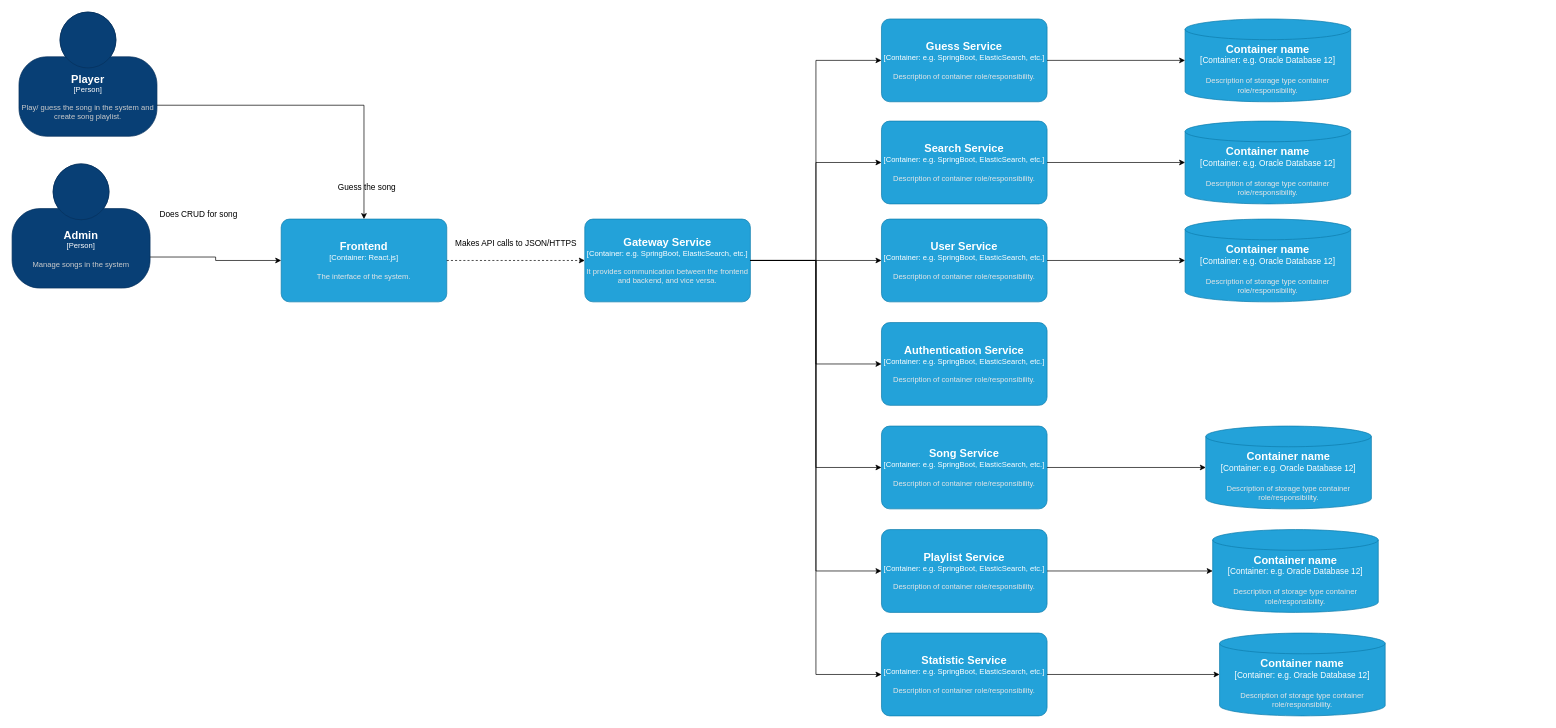
Before: Enterprise Architecture.drawio in S6-ICT-Sw/Documentation, a draw.io diagram. Source tidied: cells renumbered, new cells numbered last; positions are measured from the earlier drawing's top-left corner, leaving out a move shared by most shapes. Both pictures are drawn from the tidied source at 69%, with x=0, y=0 at pixel (12, 12).
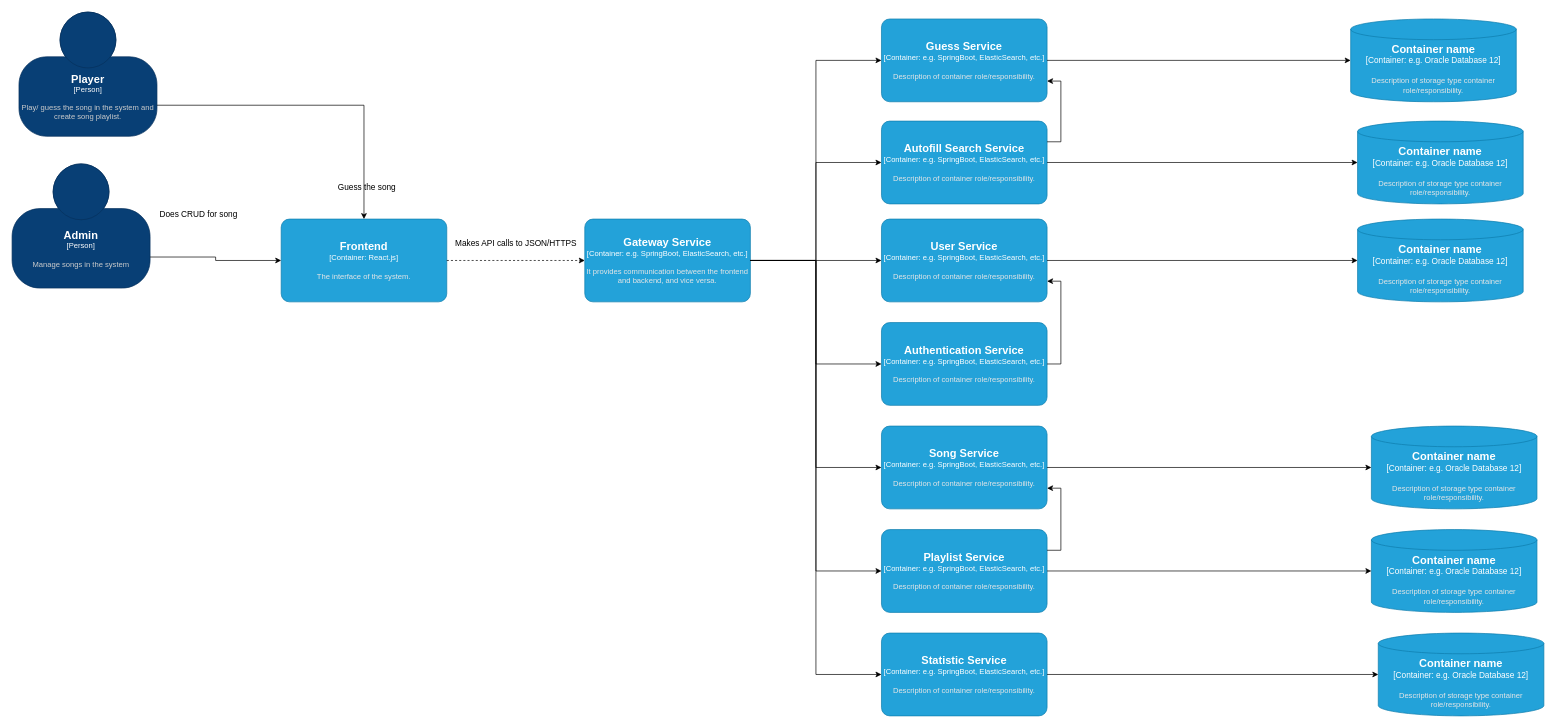
Above is the later version.

Unchanged cells that the change refers to:
```xml
<object id="4" label="&lt;font style=&quot;font-size: 16px&quot;&gt;&lt;b&gt;%c4Name%&lt;/b&gt;&lt;/font&gt;&lt;div&gt;[%c4Type%: %c4Technology%]&lt;/div&gt;&lt;br&gt;&lt;div&gt;&lt;font style=&quot;font-size: 11px&quot;&gt;&lt;font color=&quot;#E6E6E6&quot;&gt;%c4Description%&lt;/font&gt;&lt;/div&gt;" c4Description="Description of container role/responsibility." c4Name="Song Service" c4Technology="e.g. SpringBoot, ElasticSearch, etc." c4Type="Container" placeholders="1">
  <mxCell style="rounded=1;whiteSpace=wrap;html=1;fontSize=11;labelBackgroundColor=none;fillColor=#23A2D9;fontColor=#ffffff;align=center;arcSize=10;strokeColor=#0E7DAD;points=[[0.25,0,0],[0.5,0,0],[0.75,0,0],[1,0.25,0],[1,0.5,0],[1,0.75,0],[0.75,1,0],[0.5,1,0],[0.25,1,0],[0,0.75,0],[0,0.5,0],[0,0.25,0]];" parent="1" vertex="1">
    <mxGeometry x="1260" y="600" width="240" height="120" as="geometry" />
  </mxCell>
</object>
<object id="5" label="&lt;font style=&quot;font-size: 16px&quot;&gt;&lt;b&gt;%c4Name%&lt;/b&gt;&lt;/font&gt;&lt;div&gt;[%c4Type%: %c4Technology%]&lt;/div&gt;&lt;br&gt;&lt;div&gt;&lt;font style=&quot;font-size: 11px&quot;&gt;&lt;font color=&quot;#E6E6E6&quot;&gt;%c4Description%&lt;/font&gt;&lt;/div&gt;" c4Description="Description of container role/responsibility." c4Name="Authentication Service" c4Technology="e.g. SpringBoot, ElasticSearch, etc." c4Type="Container" placeholders="1">
  <mxCell style="rounded=1;whiteSpace=wrap;html=1;fontSize=11;labelBackgroundColor=none;fillColor=#23A2D9;fontColor=#ffffff;align=center;arcSize=10;strokeColor=#0E7DAD;points=[[0.25,0,0],[0.5,0,0],[0.75,0,0],[1,0.25,0],[1,0.5,0],[1,0.75,0],[0.75,1,0],[0.5,1,0],[0.25,1,0],[0,0.75,0],[0,0.5,0],[0,0.25,0]];" parent="1" vertex="1">
    <mxGeometry x="1260" y="450" width="240" height="120" as="geometry" />
  </mxCell>
</object>
<object id="7" label="&lt;font style=&quot;font-size: 16px&quot;&gt;&lt;b&gt;%c4Name%&lt;/b&gt;&lt;/font&gt;&lt;div&gt;[%c4Type%: %c4Technology%]&lt;/div&gt;&lt;br&gt;&lt;div&gt;&lt;font style=&quot;font-size: 11px&quot;&gt;&lt;font color=&quot;#E6E6E6&quot;&gt;%c4Description%&lt;/font&gt;&lt;/div&gt;" c4Description="Description of container role/responsibility." c4Name="Guess Service" c4Technology="e.g. SpringBoot, ElasticSearch, etc." c4Type="Container" placeholders="1">
  <mxCell style="rounded=1;whiteSpace=wrap;html=1;fontSize=11;labelBackgroundColor=none;fillColor=#23A2D9;fontColor=#ffffff;align=center;arcSize=10;strokeColor=#0E7DAD;points=[[0.25,0,0],[0.5,0,0],[0.75,0,0],[1,0.25,0],[1,0.5,0],[1,0.75,0],[0.75,1,0],[0.5,1,0],[0.25,1,0],[0,0.75,0],[0,0.5,0],[0,0.25,0]];" parent="1" vertex="1">
    <mxGeometry x="1260" y="10" width="240" height="120" as="geometry" />
  </mxCell>
</object>
<object id="9" label="&lt;font style=&quot;font-size: 16px&quot;&gt;&lt;b&gt;%c4Name%&lt;/b&gt;&lt;/font&gt;&lt;div&gt;[%c4Type%: %c4Technology%]&lt;/div&gt;&lt;br&gt;&lt;div&gt;&lt;font style=&quot;font-size: 11px&quot;&gt;&lt;font color=&quot;#E6E6E6&quot;&gt;%c4Description%&lt;/font&gt;&lt;/div&gt;" c4Description="Description of container role/responsibility." c4Name="Playlist Service" c4Technology="e.g. SpringBoot, ElasticSearch, etc." c4Type="Container" placeholders="1">
  <mxCell style="rounded=1;whiteSpace=wrap;html=1;fontSize=11;labelBackgroundColor=none;fillColor=#23A2D9;fontColor=#ffffff;align=center;arcSize=10;strokeColor=#0E7DAD;points=[[0.25,0,0],[0.5,0,0],[0.75,0,0],[1,0.25,0],[1,0.5,0],[1,0.75,0],[0.75,1,0],[0.5,1,0],[0.25,1,0],[0,0.75,0],[0,0.5,0],[0,0.25,0]];" parent="1" vertex="1">
    <mxGeometry x="1260" y="750" width="240" height="120" as="geometry" />
  </mxCell>
</object>
<object id="17" label="&lt;font style=&quot;font-size: 16px&quot;&gt;&lt;b&gt;%c4Name%&lt;/b&gt;&lt;/font&gt;&lt;div&gt;[%c4Type%: %c4Technology%]&lt;/div&gt;&lt;br&gt;&lt;div&gt;&lt;font style=&quot;font-size: 11px&quot;&gt;&lt;font color=&quot;#E6E6E6&quot;&gt;%c4Description%&lt;/font&gt;&lt;/div&gt;" c4Description="Description of container role/responsibility." c4Name="User Service" c4Technology="e.g. SpringBoot, ElasticSearch, etc." c4Type="Container" placeholders="1">
  <mxCell style="rounded=1;whiteSpace=wrap;html=1;fontSize=11;labelBackgroundColor=none;fillColor=#23A2D9;fontColor=#ffffff;align=center;arcSize=10;strokeColor=#0E7DAD;points=[[0.25,0,0],[0.5,0,0],[0.75,0,0],[1,0.25,0],[1,0.5,0],[1,0.75,0],[0.75,1,0],[0.5,1,0],[0.25,1,0],[0,0.75,0],[0,0.5,0],[0,0.25,0]];" parent="1" vertex="1">
    <mxGeometry x="1260" y="300" width="240" height="120" as="geometry" />
  </mxCell>
</object>
```

The edit, as a diff of the source:
```diff
@@
-    <object id="10" label="&lt;font style=&quot;font-size: 16px&quot;&gt;&lt;b&gt;%c4Name%&lt;/b&gt;&lt;/font&gt;&lt;div&gt;[%c4Type%: %c4Technology%]&lt;/div&gt;&lt;br&gt;&lt;div&gt;&lt;font style=&quot;font-size: 11px&quot;&gt;&lt;font color=&quot;#E6E6E6&quot;&gt;%c4Description%&lt;/font&gt;&lt;/div&gt;" c4Description="Description of container role/responsibility." c4Name="Search Service" c4Technology="e.g. SpringBoot, ElasticSearch, etc." c4Type="Container" placeholders="1">
+    <object id="10" label="&lt;font style=&quot;font-size: 16px&quot;&gt;&lt;b&gt;%c4Name%&lt;/b&gt;&lt;/font&gt;&lt;div&gt;[%c4Type%: %c4Technology%]&lt;/div&gt;&lt;br&gt;&lt;div&gt;&lt;font style=&quot;font-size: 11px&quot;&gt;&lt;font color=&quot;#E6E6E6&quot;&gt;%c4Description%&lt;/font&gt;&lt;/div&gt;" c4Description="Description of container role/responsibility." c4Name="Autofill Search Service" c4Technology="e.g. SpringBoot, ElasticSearch, etc." c4Type="Container" placeholders="1">
       <mxCell style="rounded=1;whiteSpace=wrap;html=1;fontSize=11;labelBackgroundColor=none;fillColor=#23A2D9;fontColor=#ffffff;align=center;arcSize=10;strokeColor=#0E7DAD;points=[[0.25,0,0],[0.5,0,0],[0.75,0,0],[1,0.25,0],[1,0.5,0],[1,0.75,0],[0.75,1,0],[0.5,1,0],[0.25,1,0],[0,0.75,0],[0,0.5,0],[0,0.25,0]];" parent="1" vertex="1">
         <mxGeometry x="1260" y="158" width="240" height="120" as="geometry" />
       </mxCell>
     </object>
@@
     <object id="19" label="&lt;font style=&quot;font-size: 16px&quot;&gt;&lt;b&gt;%c4Name%&lt;/b&gt;&lt;/font&gt;&lt;div&gt;[%c4Type%:&amp;nbsp;%c4Technology%]&lt;/div&gt;&lt;br&gt;&lt;div&gt;&lt;font style=&quot;font-size: 11px&quot;&gt;&lt;font color=&quot;#E6E6E6&quot;&gt;%c4Description%&lt;/font&gt;&lt;/div&gt;" c4Description="Description of storage type container role/responsibility." c4Name="Container name" c4Technology="e.g. Oracle Database 12" c4Type="Container" placeholders="1">
       <mxCell style="shape=cylinder3;size=15;whiteSpace=wrap;html=1;boundedLbl=1;rounded=0;labelBackgroundColor=none;fillColor=#23A2D9;fontSize=12;fontColor=#ffffff;align=center;strokeColor=#0E7DAD;points=[[0.5,0,0],[1,0.25,0],[1,0.5,0],[1,0.75,0],[0.5,1,0],[0,0.75,0],[0,0.5,0],[0,0.25,0]];" parent="1" vertex="1">
-        <mxGeometry x="1700" y="10" width="240" height="120" as="geometry" />
+        <mxGeometry x="1940" y="10" width="240" height="120" as="geometry" />
       </mxCell>
     </object>
     <object id="20" label="&lt;font style=&quot;font-size: 16px&quot;&gt;&lt;b&gt;%c4Name%&lt;/b&gt;&lt;/font&gt;&lt;div&gt;[%c4Type%:&amp;nbsp;%c4Technology%]&lt;/div&gt;&lt;br&gt;&lt;div&gt;&lt;font style=&quot;font-size: 11px&quot;&gt;&lt;font color=&quot;#E6E6E6&quot;&gt;%c4Description%&lt;/font&gt;&lt;/div&gt;" c4Description="Description of storage type container role/responsibility." c4Name="Container name" c4Technology="e.g. Oracle Database 12" c4Type="Container" placeholders="1">
       <mxCell style="shape=cylinder3;size=15;whiteSpace=wrap;html=1;boundedLbl=1;rounded=0;labelBackgroundColor=none;fillColor=#23A2D9;fontSize=12;fontColor=#ffffff;align=center;strokeColor=#0E7DAD;points=[[0.5,0,0],[1,0.25,0],[1,0.5,0],[1,0.75,0],[0.5,1,0],[0,0.75,0],[0,0.5,0],[0,0.25,0]];" parent="1" vertex="1">
-        <mxGeometry x="1700" y="158" width="240" height="120" as="geometry" />
+        <mxGeometry x="1950" y="158" width="240" height="120" as="geometry" />
       </mxCell>
     </object>
     <object id="21" label="&lt;font style=&quot;font-size: 16px&quot;&gt;&lt;b&gt;%c4Name%&lt;/b&gt;&lt;/font&gt;&lt;div&gt;[%c4Type%:&amp;nbsp;%c4Technology%]&lt;/div&gt;&lt;br&gt;&lt;div&gt;&lt;font style=&quot;font-size: 11px&quot;&gt;&lt;font color=&quot;#E6E6E6&quot;&gt;%c4Description%&lt;/font&gt;&lt;/div&gt;" c4Description="Description of storage type container role/responsibility." c4Name="Container name" c4Technology="e.g. Oracle Database 12" c4Type="Container" placeholders="1">
       <mxCell style="shape=cylinder3;size=15;whiteSpace=wrap;html=1;boundedLbl=1;rounded=0;labelBackgroundColor=none;fillColor=#23A2D9;fontSize=12;fontColor=#ffffff;align=center;strokeColor=#0E7DAD;points=[[0.5,0,0],[1,0.25,0],[1,0.5,0],[1,0.75,0],[0.5,1,0],[0,0.75,0],[0,0.5,0],[0,0.25,0]];" parent="1" vertex="1">
-        <mxGeometry x="1700" y="300" width="240" height="120" as="geometry" />
+        <mxGeometry x="1950" y="300" width="240" height="120" as="geometry" />
       </mxCell>
     </object>
     <object id="22" label="&lt;font style=&quot;font-size: 16px&quot;&gt;&lt;b&gt;%c4Name%&lt;/b&gt;&lt;/font&gt;&lt;div&gt;[%c4Type%:&amp;nbsp;%c4Technology%]&lt;/div&gt;&lt;br&gt;&lt;div&gt;&lt;font style=&quot;font-size: 11px&quot;&gt;&lt;font color=&quot;#E6E6E6&quot;&gt;%c4Description%&lt;/font&gt;&lt;/div&gt;" c4Description="Description of storage type container role/responsibility." c4Name="Container name" c4Technology="e.g. Oracle Database 12" c4Type="Container" placeholders="1">
       <mxCell style="shape=cylinder3;size=15;whiteSpace=wrap;html=1;boundedLbl=1;rounded=0;labelBackgroundColor=none;fillColor=#23A2D9;fontSize=12;fontColor=#ffffff;align=center;strokeColor=#0E7DAD;points=[[0.5,0,0],[1,0.25,0],[1,0.5,0],[1,0.75,0],[0.5,1,0],[0,0.75,0],[0,0.5,0],[0,0.25,0]];" parent="1" vertex="1">
-        <mxGeometry x="1730" y="600" width="240" height="120" as="geometry" />
+        <mxGeometry x="1970" y="600" width="240" height="120" as="geometry" />
       </mxCell>
     </object>
     <object id="23" label="&lt;font style=&quot;font-size: 16px&quot;&gt;&lt;b&gt;%c4Name%&lt;/b&gt;&lt;/font&gt;&lt;div&gt;[%c4Type%:&amp;nbsp;%c4Technology%]&lt;/div&gt;&lt;br&gt;&lt;div&gt;&lt;font style=&quot;font-size: 11px&quot;&gt;&lt;font color=&quot;#E6E6E6&quot;&gt;%c4Description%&lt;/font&gt;&lt;/div&gt;" c4Description="Description of storage type container role/responsibility." c4Name="Container name" c4Technology="e.g. Oracle Database 12" c4Type="Container" placeholders="1">
       <mxCell style="shape=cylinder3;size=15;whiteSpace=wrap;html=1;boundedLbl=1;rounded=0;labelBackgroundColor=none;fillColor=#23A2D9;fontSize=12;fontColor=#ffffff;align=center;strokeColor=#0E7DAD;points=[[0.5,0,0],[1,0.25,0],[1,0.5,0],[1,0.75,0],[0.5,1,0],[0,0.75,0],[0,0.5,0],[0,0.25,0]];" parent="1" vertex="1">
-        <mxGeometry x="1740" y="750" width="240" height="120" as="geometry" />
+        <mxGeometry x="1970" y="750" width="240" height="120" as="geometry" />
       </mxCell>
     </object>
     <object id="24" label="&lt;font style=&quot;font-size: 16px&quot;&gt;&lt;b&gt;%c4Name%&lt;/b&gt;&lt;/font&gt;&lt;div&gt;[%c4Type%:&amp;nbsp;%c4Technology%]&lt;/div&gt;&lt;br&gt;&lt;div&gt;&lt;font style=&quot;font-size: 11px&quot;&gt;&lt;font color=&quot;#E6E6E6&quot;&gt;%c4Description%&lt;/font&gt;&lt;/div&gt;" c4Description="Description of storage type container role/responsibility." c4Name="Container name" c4Technology="e.g. Oracle Database 12" c4Type="Container" placeholders="1">
       <mxCell style="shape=cylinder3;size=15;whiteSpace=wrap;html=1;boundedLbl=1;rounded=0;labelBackgroundColor=none;fillColor=#23A2D9;fontSize=12;fontColor=#ffffff;align=center;strokeColor=#0E7DAD;points=[[0.5,0,0],[1,0.25,0],[1,0.5,0],[1,0.75,0],[0.5,1,0],[0,0.75,0],[0,0.5,0],[0,0.25,0]];" parent="1" vertex="1">
-        <mxGeometry x="1750" y="900" width="240" height="120" as="geometry" />
+        <mxGeometry x="1980" y="900" width="240" height="120" as="geometry" />
       </mxCell>
     </object>
@@
+    <mxCell id="38" style="edgeStyle=orthogonalEdgeStyle;rounded=0;jettySize=auto;html=1;exitX=1;exitY=0.25;exitDx=0;exitDy=0;exitPerimeter=0;entryX=1;entryY=0.75;entryDx=0;entryDy=0;entryPerimeter=0;" parent="1" edge="1" source="10" target="7">
+      <mxGeometry relative="1" as="geometry" />
+    </mxCell>
+    <mxCell id="39" style="edgeStyle=orthogonalEdgeStyle;rounded=0;jettySize=auto;html=1;exitX=1;exitY=0.5;exitDx=0;exitDy=0;exitPerimeter=0;entryX=1;entryY=0.75;entryDx=0;entryDy=0;entryPerimeter=0;" parent="1" edge="1" source="5" target="17">
+      <mxGeometry relative="1" as="geometry" />
+    </mxCell>
+    <mxCell id="40" style="edgeStyle=orthogonalEdgeStyle;rounded=0;jettySize=auto;html=1;exitX=1;exitY=0.25;exitDx=0;exitDy=0;exitPerimeter=0;entryX=1;entryY=0.75;entryDx=0;entryDy=0;entryPerimeter=0;" parent="1" edge="1" source="9" target="4">
+      <mxGeometry relative="1" as="geometry" />
+    </mxCell>
```
